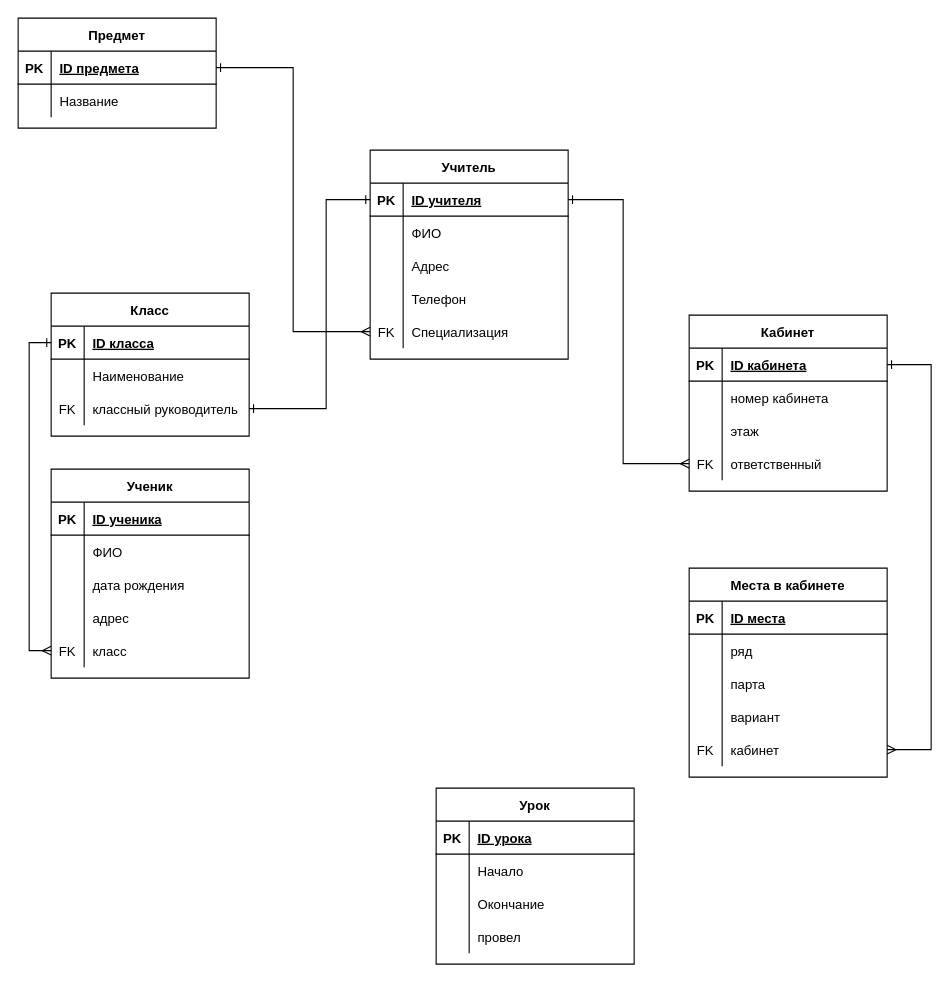
Earlier version of the draw.io diagram school.drawio (jokerjam-s/GB_Databases_HomeWork_003). Source tidied: cells renumbered, new cells numbered last; positions are measured from the earlier drawing's top-left corner, leaving out a move shared by most shapes. Both pictures are drawn from the tidied source at 110%, with x=0, y=0 at pixel (18, 18).
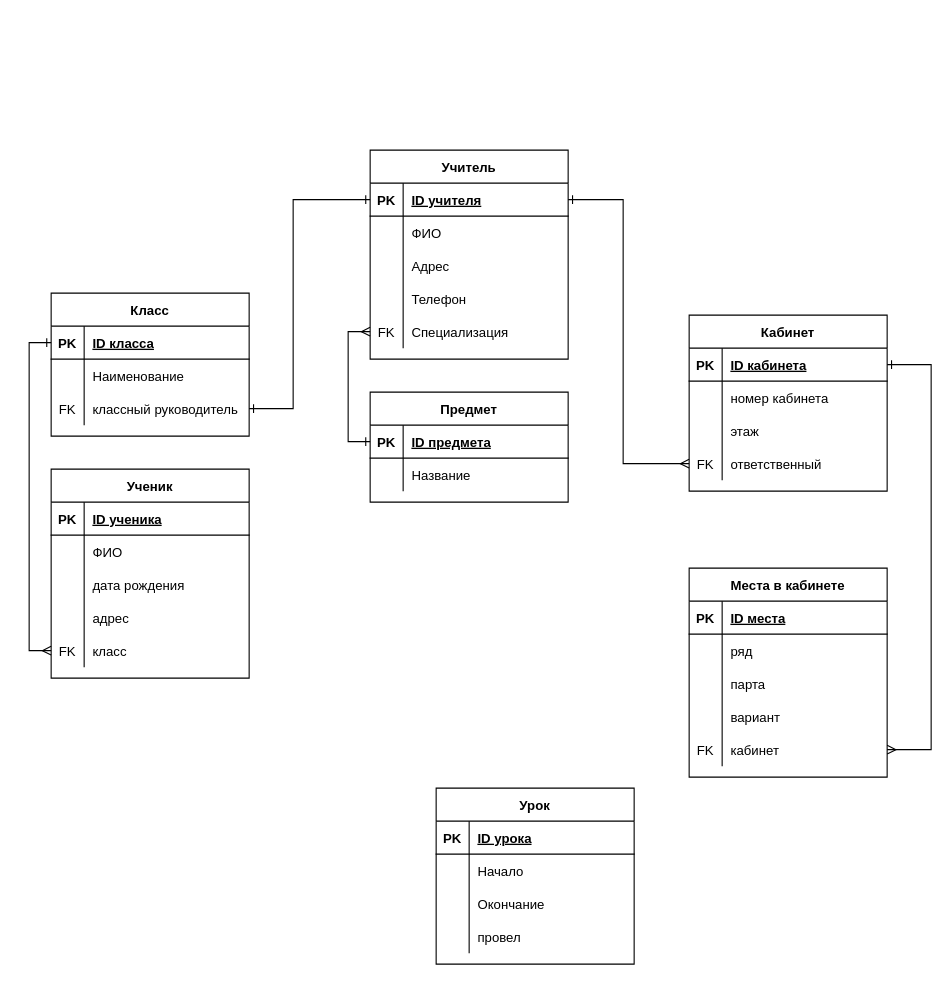
Above is the later version.

Unchanged cells that the change refers to:
```xml
<mxCell id="9" style="shape=tableRow;horizontal=0;startSize=0;swimlaneHead=0;swimlaneBody=0;fillColor=none;points=[[0,0.5],[1,0.5]];portConstraint=eastwest;top=0;left=0;right=0;bottom=0;" parent="2" vertex="1">
  <mxGeometry y="90" width="180" height="30" as="geometry" />
</mxCell>
<mxCell id="58" style="shape=tableRow;horizontal=0;startSize=0;swimlaneHead=0;swimlaneBody=0;fillColor=none;points=[[0,0.5],[1,0.5]];portConstraint=eastwest;top=0;left=0;right=0;bottom=1;" parent="57" vertex="1">
  <mxGeometry y="30" width="180" height="30" as="geometry" />
</mxCell>
<mxCell id="70" style="shape=tableRow;horizontal=0;startSize=0;swimlaneHead=0;swimlaneBody=0;fillColor=none;points=[[0,0.5],[1,0.5]];portConstraint=eastwest;top=0;left=0;right=0;bottom=0;" parent="57" vertex="1">
  <mxGeometry y="150" width="180" height="30" as="geometry" />
</mxCell>
<mxCell id="87" style="shape=tableRow;horizontal=0;startSize=0;swimlaneHead=0;swimlaneBody=0;fillColor=none;points=[[0,0.5],[1,0.5]];portConstraint=eastwest;top=0;left=0;right=0;bottom=1;" parent="86" vertex="1">
  <mxGeometry y="30" width="180" height="30" as="geometry" />
</mxCell>
```

What changed in the source:
```diff
@@
     <mxCell id="86" value="Предмет" style="shape=table;startSize=30;childLayout=tableLayout;rowLines=0;fontStyle=1;align=center;" parent="1" vertex="1">
-      <mxGeometry width="180" height="100" as="geometry" />
+      <mxGeometry x="320" y="340" width="180" height="100" as="geometry" />
     </mxCell>
@@
     <mxCell id="94" style="edgeStyle=orthogonalEdgeStyle;rounded=0;jettySize=auto;html=1;startArrow=ERone;startFill=0;endArrow=ERone;endFill=0;" parent="1" edge="1" source="58" target="9">
       <mxGeometry relative="1" as="geometry">
         <Array as="points">
-          <mxPoint x="280" y="165" />
-          <mxPoint x="280" y="355" />
+          <mxPoint x="250" y="165" />
+          <mxPoint x="250" y="355" />
         </Array>
       </mxGeometry>
     </mxCell>
-    <mxCell id="95" style="edgeStyle=orthogonalEdgeStyle;rounded=0;jettySize=auto;html=1;exitX=1;exitY=0.5;exitDx=0;exitDy=0;startArrow=ERone;startFill=0;endArrow=ERmany;endFill=0;" parent="1" edge="1" source="87" target="70">
-      <mxGeometry relative="1" as="geometry">
-        <Array as="points">
-          <mxPoint x="250" y="45" />
-          <mxPoint x="250" y="285" />
-        </Array>
-      </mxGeometry>
-    </mxCell>
@@
+    <mxCell id="95" style="edgeStyle=orthogonalEdgeStyle;rounded=0;jettySize=auto;html=1;exitX=0;exitY=0.5;exitDx=0;exitDy=0;startArrow=ERone;startFill=0;endArrow=ERmany;endFill=0;entryX=0;entryY=0.5;entryDx=0;entryDy=0;" parent="1" edge="1" source="87" target="70">
+      <mxGeometry relative="1" as="geometry" />
+    </mxCell>
```
